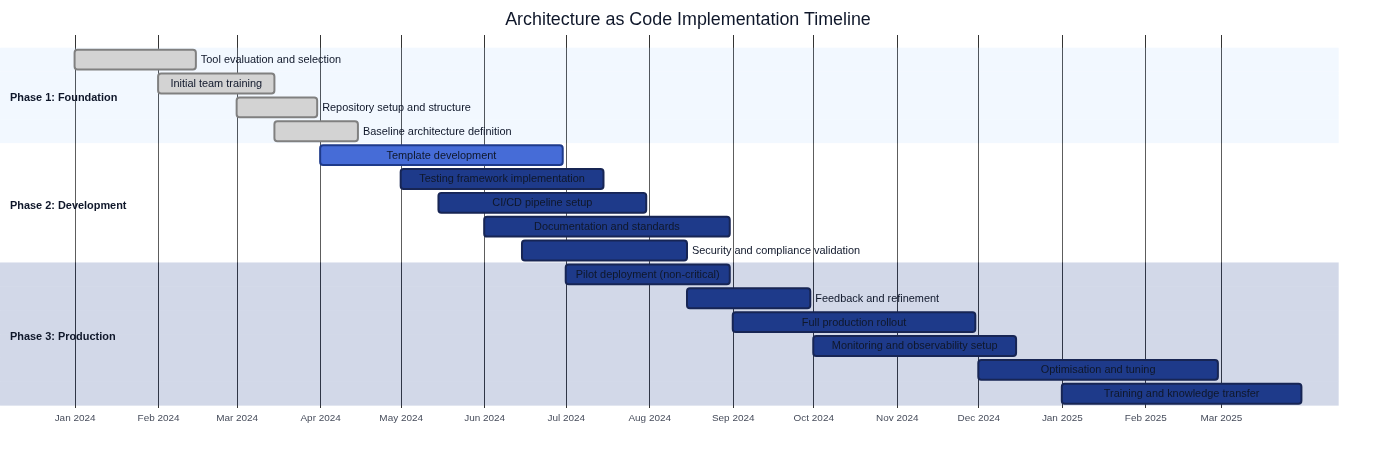
The Mermaid diagram docs/images/diagram_05_gantt_timeline.png in Geonitab/architecture_as_code, before a commit. Its source is kept beside it as docs/images/diagram_05_gantt_timeline.mmd.
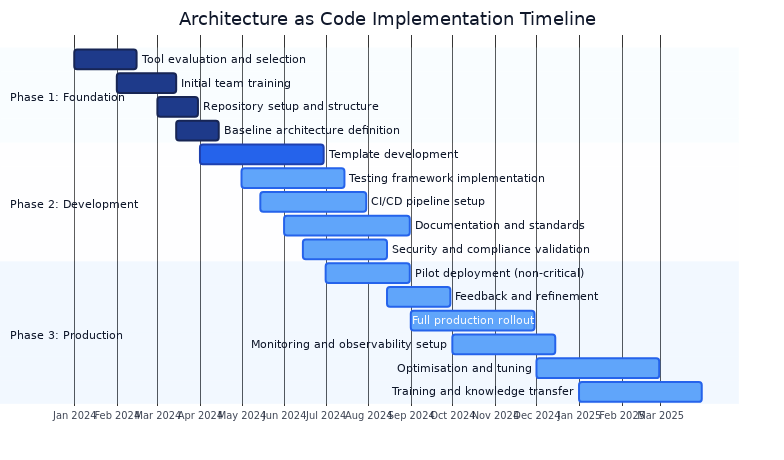
Above is the later version.

Diff of the diagram source:
```diff
@@ -1,3 +1,4 @@
+%%{init: {'theme':'base', 'themeVariables': {'primaryColor':'#1E3A8A','primaryTextColor':'#F8FAFC','primaryBorderColor':'#172554','secondaryColor':'#2563EB','tertiaryColor':'#3B82F6','background':'#F8FAFF','mainBkg':'#E0F2FE','secondBkg':'#BFDBFE','lineColor':'#1E3A8A','border1':'#172554','border2':'#1E40AF','arrowheadColor':'#1E3A8A','fontFamily':'Inter, sans-serif','fontSize':'16px','labelTextColor':'#0F172A','textColor':'#0F172A','titleColor':'#0F172A','taskTextColor':'#0F172A','taskTextOutsideColor':'#0F172A','taskTextLightColor':'#F8FAFC','taskTextColor':'#F8FAFC','taskTextDarkColor':'#0F172A','gridColor':'#CBD5E1','doneTaskBkgColor':'#1E3A8A','doneTaskBorderColor':'#172554','activeTaskBkgColor':'#2563EB','activeTaskBorderColor':'#1E40AF','todayLineColor':'#DC2626','critBkgColor':'#DC2626','critBorderColor':'#991B1B','sectionBkgColor':'#E0F2FE','altSectionBkgColor':'#F8FAFF','sectionBkgColor2':'#BFDBFE','taskBkgColor':'#60A5FA','taskBorderColor':'#2563EB'}}}%%
 gantt
     title Architecture as Code Implementation Timeline
     dateFormat YYYY-MM-DD
```
